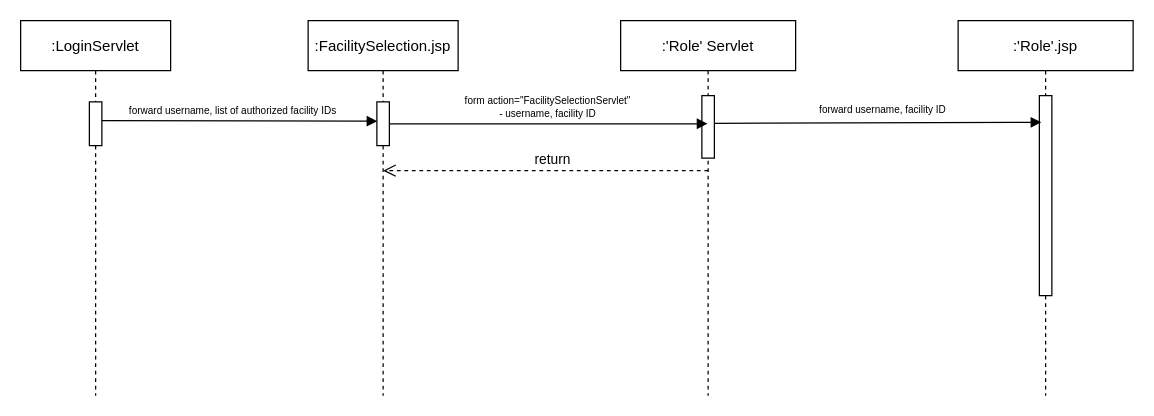
This is diagrams/FacilitySelectionSequence.drawio from empty-works/plain-emrs-no-fw, a draw.io file, before an edit. Source tidied: cells renumbered, new cells numbered last; positions are measured from the earlier drawing's top-left corner, leaving out a move shared by most shapes. Both pictures are drawn from the tidied source at 125%, with x=0, y=0 at pixel (20, 20).
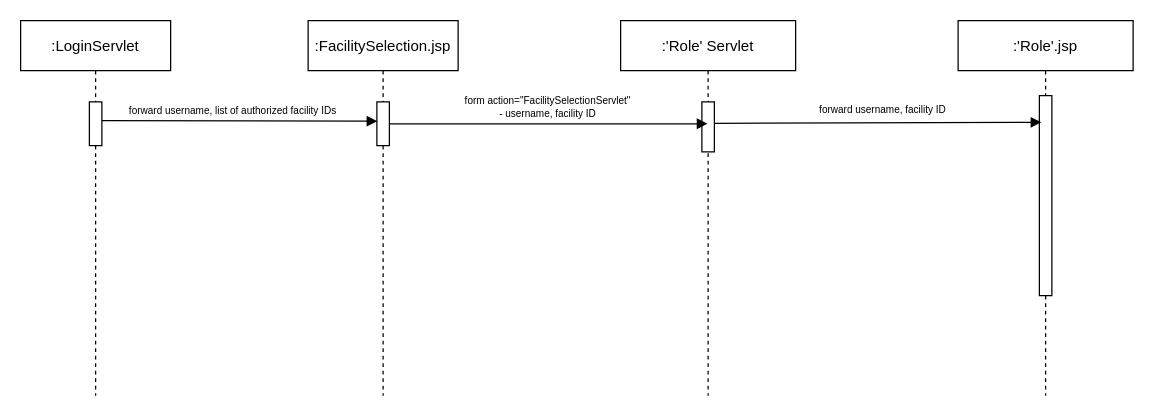
Above is the later version.

Diff of the diagram source:
```diff
@@
 <mxGraphModel>
   <root>
     <mxCell id="0" />
     <mxCell id="1" parent="0" />
     <mxCell id="2" value=":FacilitySelection.jsp" style="shape=umlLifeline;perimeter=lifelinePerimeter;rounded=0;shadow=0;strokeWidth=1;" parent="1" vertex="1">
       <mxGeometry x="230" width="120" height="300" as="geometry" />
     </mxCell>
     <mxCell id="3" style="points=[];perimeter=orthogonalPerimeter;rounded=0;shadow=0;strokeWidth=1;" parent="2" vertex="1">
       <mxGeometry x="55" y="65" width="10" height="35" as="geometry" />
     </mxCell>
     <mxCell id="4" value=":'Role' Servlet" style="shape=umlLifeline;perimeter=lifelinePerimeter;rounded=0;shadow=0;strokeWidth=1;" parent="1" vertex="1">
       <mxGeometry x="480" width="140" height="300" as="geometry" />
     </mxCell>
     <mxCell id="5" style="perimeter=orthogonalPerimeter;rounded=0;shadow=0;strokeWidth=1;" parent="4" vertex="1">
-      <mxGeometry x="65" y="60" width="10" height="50" as="geometry" />
+      <mxGeometry x="65" y="65" width="10" height="40" as="geometry" />
     </mxCell>
-    <mxCell id="6" value="return" style="verticalAlign=bottom;endArrow=open;dashed=1;endSize=8;shadow=0;strokeWidth=1;entryX=0.5;entryY=0.4;entryDx=0;entryDy=0;entryPerimeter=0;exitX=0.5;exitY=0.4;exitDx=0;exitDy=0;exitPerimeter=0;" parent="1" edge="1" source="4" target="2">
-      <mxGeometry x="-0.05" relative="1" as="geometry">
-        <Array as="points">
-          <mxPoint x="380" y="120" />
-        </Array>
-      </mxGeometry>
-    </mxCell>
     <mxCell id="7" value="form action=&quot;FacilitySelectionServlet&quot; &#10;- username, facility ID" style="verticalAlign=bottom;endArrow=block;shadow=0;strokeWidth=1;fontSize=8;" parent="1" edge="1" source="3" target="4">
       <mxGeometry relative="1" as="geometry" />
     </mxCell>
     <mxCell id="8" value=":LoginServlet" style="shape=umlLifeline;perimeter=lifelinePerimeter;rounded=0;shadow=0;strokeWidth=1;" parent="1" vertex="1">
       <mxGeometry width="120" height="300" as="geometry" />
     </mxCell>
     <mxCell id="9" style="points=[];perimeter=orthogonalPerimeter;rounded=0;shadow=0;strokeWidth=1;" parent="8" vertex="1">
       <mxGeometry x="55" y="65" width="10" height="35" as="geometry" />
     </mxCell>
     <mxCell id="10" value="forward username, list of authorized facility IDs" style="verticalAlign=bottom;endArrow=block;entryX=0.04;entryY=0.443;shadow=0;strokeWidth=1;fontSize=8;entryDx=0;entryDy=0;entryPerimeter=0;exitX=1;exitY=0.429;exitDx=0;exitDy=0;exitPerimeter=0;" parent="1" edge="1" source="9" target="3">
       <mxGeometry x="-0.05" relative="1" as="geometry" />
     </mxCell>
     <mxCell id="11" value=":'Role'.jsp" style="shape=umlLifeline;perimeter=lifelinePerimeter;rounded=0;shadow=0;strokeWidth=1;" parent="1" vertex="1">
       <mxGeometry x="750" width="140" height="300" as="geometry" />
     </mxCell>
     <mxCell id="12" style="points=[];perimeter=orthogonalPerimeter;rounded=0;shadow=0;strokeWidth=1;" parent="11" vertex="1">
       <mxGeometry x="65" y="60" width="10" height="160" as="geometry" />
     </mxCell>
     <mxCell id="13" value="forward username, facility ID" style="verticalAlign=bottom;endArrow=block;shadow=0;strokeWidth=1;fontSize=8;entryX=0.16;entryY=0.133;entryDx=0;entryDy=0;entryPerimeter=0;" parent="11" edge="1" target="12">
       <mxGeometry x="0.03" y="2" relative="1" as="geometry">
         <mxPoint x="-195" y="82.2" as="sourcePoint" />
       </mxGeometry>
     </mxCell>
   </root>
 </mxGraphModel>
```
